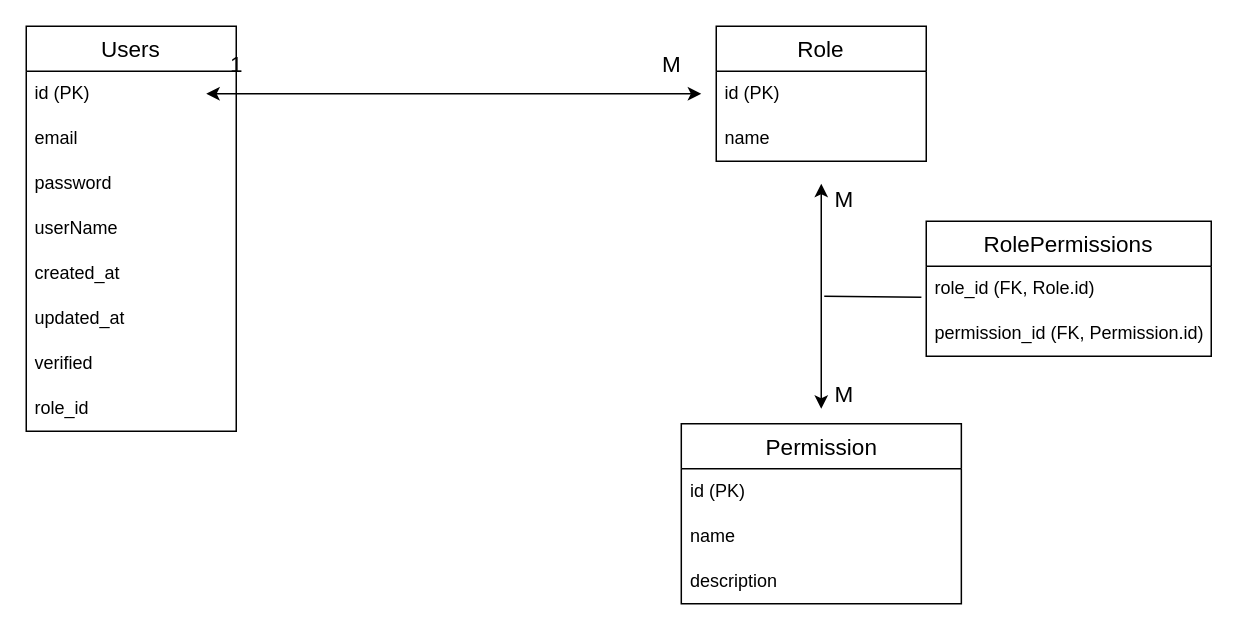
Above: Base de datos/AuthService/MER AuthServiceDB.drawio in moises-ph/Nodens-documentacion (draw.io), before the change. Source tidied: cells renumbered, new cells numbered last; positions are measured from the earlier drawing's top-left corner, leaving out a move shared by most shapes. Both pictures are drawn from the tidied source at 150%, with x=0, y=0 at pixel (26, 26).
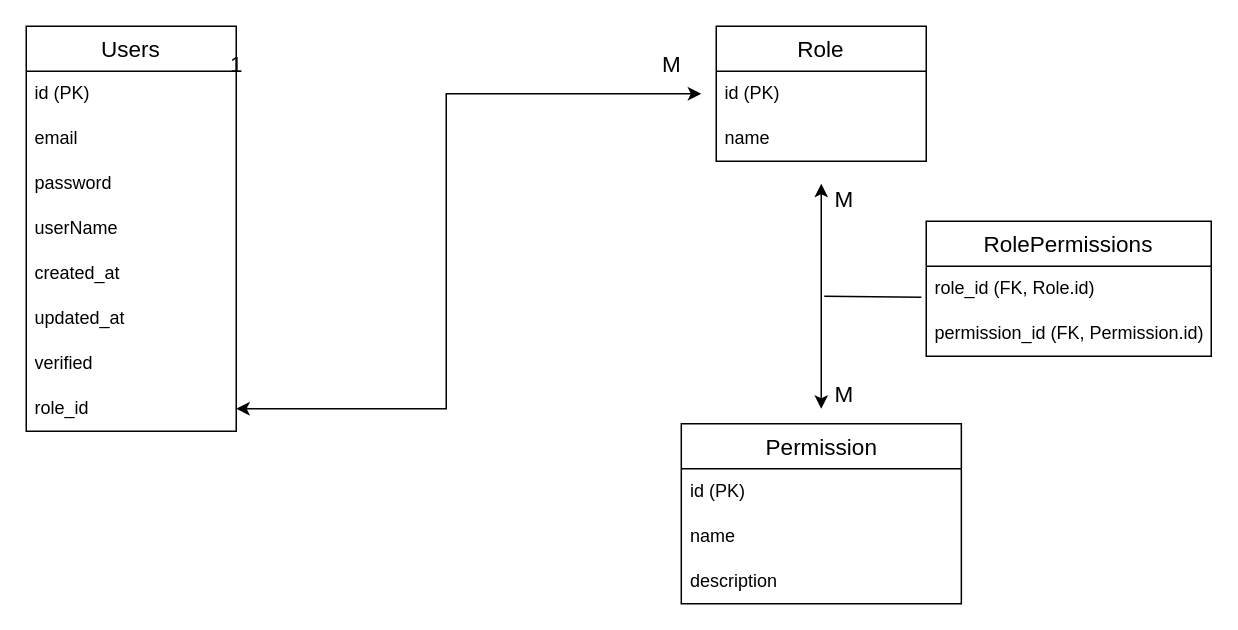
The same diagram, later.

The change refers to these unchanged cells:
```xml
<mxCell id="10" value="role_id" style="text;strokeColor=none;fillColor=none;align=left;verticalAlign=middle;spacingLeft=4;spacingRight=4;overflow=hidden;points=[[0,0.5],[1,0.5]];portConstraint=eastwest;whiteSpace=wrap;html=1;" parent="2" vertex="1">
  <mxGeometry y="240" width="140" height="30" as="geometry" />
</mxCell>
```

The edit, as a diff of the source:
```diff
@@
-    <mxCell id="21" style="endArrow=classic;startArrow=classic;html=1;rounded=0;fontSize=15;" parent="1" edge="1">
+    <mxCell id="21" style="endArrow=classic;startArrow=classic;html=1;rounded=0;fontSize=15;exitX=1;exitY=0.5;exitDx=0;exitDy=0;" parent="1" edge="1" source="10">
       <mxGeometry relative="1" as="geometry">
-        <mxPoint x="120" y="45" as="sourcePoint" />
         <mxPoint x="450" y="45" as="targetPoint" />
+        <Array as="points">
+          <mxPoint x="280" y="255" />
+          <mxPoint x="280" y="45" />
+        </Array>
       </mxGeometry>
     </mxCell>
```
